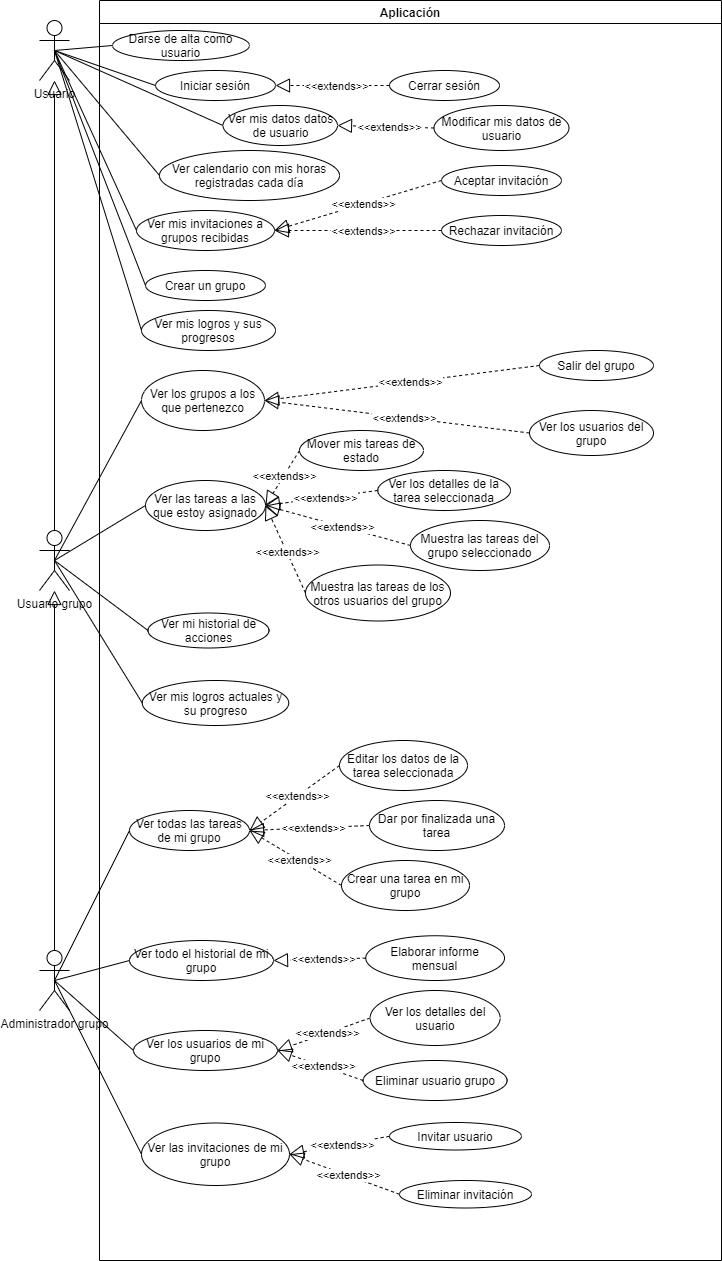
Above: entregables/useCases/usesCases.png in jojube95/piset (draw.io), before the change. Source tidied: cells renumbered, new cells last; positions are measured from the earlier drawing's top-left corner, leaving out a move shared by most shapes.
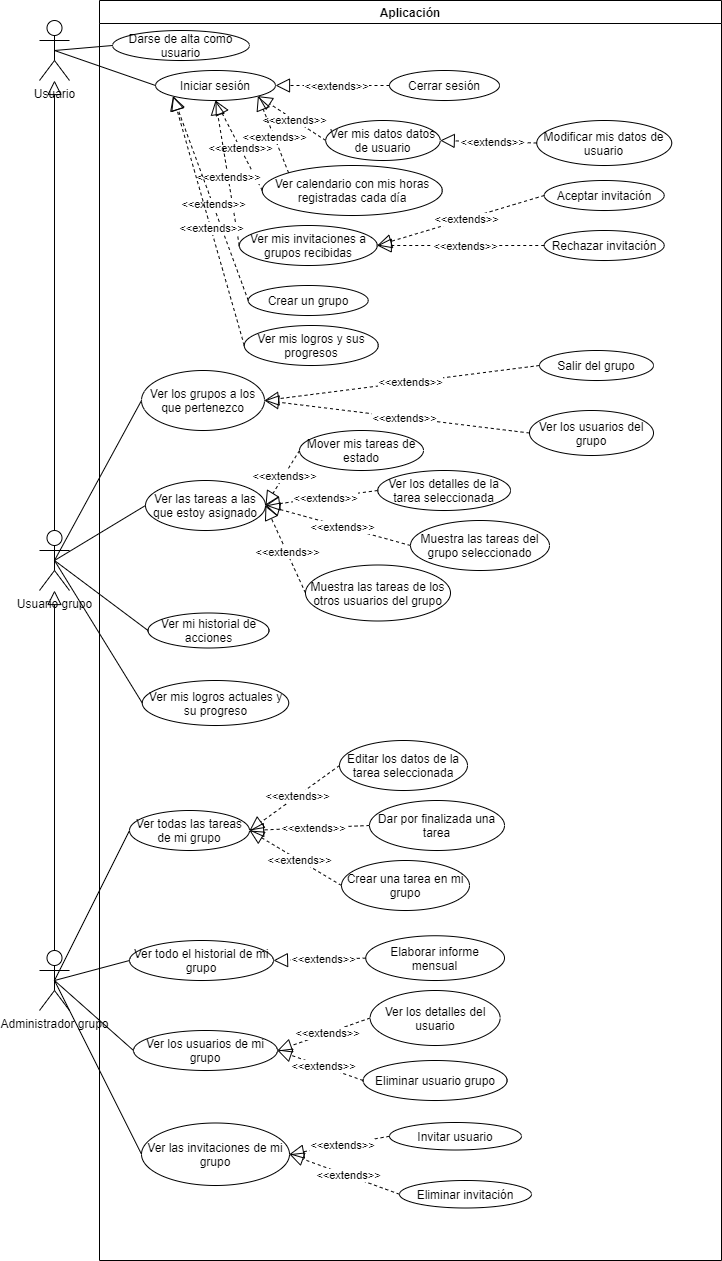
Above is the later version.

Diff of the diagram source:
```diff
@@ -21,25 +21,25 @@
       <mxGeometry x="290" y="70" width="110" height="30" as="geometry" />
     </mxCell>
     <mxCell id="8" value="Ver mis datos datos de usuario" style="ellipse;whiteSpace=wrap;html=1;" parent="5" vertex="1">
-      <mxGeometry x="123.5" y="105" width="114.5" height="40" as="geometry" />
+      <mxGeometry x="226.2" y="120" width="114.5" height="40" as="geometry" />
     </mxCell>
     <mxCell id="9" value="Modificar mis datos de usuario" style="ellipse;whiteSpace=wrap;html=1;" parent="5" vertex="1">
-      <mxGeometry x="334.5" y="105" width="135" height="45" as="geometry" />
+      <mxGeometry x="437.2" y="120" width="135" height="45" as="geometry" />
     </mxCell>
     <mxCell id="10" value="Aceptar invitación" style="ellipse;whiteSpace=wrap;html=1;" parent="5" vertex="1">
-      <mxGeometry x="342" y="165" width="120" height="30" as="geometry" />
+      <mxGeometry x="444.8" y="180" width="120" height="30" as="geometry" />
     </mxCell>
     <mxCell id="11" value="Rechazar invitación" style="ellipse;whiteSpace=wrap;html=1;" parent="5" vertex="1">
-      <mxGeometry x="342" y="215" width="120" height="30" as="geometry" />
+      <mxGeometry x="444.8" y="230" width="120" height="30" as="geometry" />
     </mxCell>
     <mxCell id="12" value="Crear un grupo" style="ellipse;whiteSpace=wrap;html=1;" parent="5" vertex="1">
-      <mxGeometry x="46" y="270" width="120" height="30" as="geometry" />
+      <mxGeometry x="148.8" y="285" width="120" height="30" as="geometry" />
     </mxCell>
     <mxCell id="13" value="Ver calendario con mis horas registradas cada día" style="ellipse;whiteSpace=wrap;html=1;" parent="5" vertex="1">
-      <mxGeometry x="60" y="150" width="180" height="50" as="geometry" />
+      <mxGeometry x="162.8" y="165" width="180" height="50" as="geometry" />
     </mxCell>
     <mxCell id="14" value="Ver mis invitaciones a grupos recibidas" style="ellipse;whiteSpace=wrap;html=1;" parent="5" vertex="1">
-      <mxGeometry x="37" y="210" width="138" height="40" as="geometry" />
+      <mxGeometry x="139.8" y="225" width="138" height="40" as="geometry" />
     </mxCell>
     <mxCell id="15" style="edgeStyle=orthogonalEdgeStyle;rounded=0;orthogonalLoop=1;jettySize=auto;html=1;exitX=0.5;exitY=1;exitDx=0;exitDy=0;" parent="5" edge="1" source="10" target="10">
       <mxGeometry relative="1" as="geometry" />
@@ -72,7 +72,7 @@
       <mxGeometry x="42.8" y="680" width="146.5" height="45" as="geometry" />
     </mxCell>
     <mxCell id="25" value="Ver mis logros y sus progresos" style="ellipse;whiteSpace=wrap;html=1;" parent="5" vertex="1">
-      <mxGeometry x="42" y="310" width="134" height="40" as="geometry" />
+      <mxGeometry x="144.8" y="325" width="134" height="40" as="geometry" />
     </mxCell>
     <mxCell id="26" value="Editar los datos de la tarea seleccionada" style="ellipse;whiteSpace=wrap;html=1;" parent="5" vertex="1">
       <mxGeometry x="240" y="740" width="128" height="50" as="geometry" />
@@ -224,26 +224,48 @@
     <mxCell id="75" value="&amp;lt;&amp;lt;extends&amp;gt;&amp;gt;" style="edgeLabel;html=1;align=center;verticalAlign=middle;" parent="74" vertex="1">
       <mxGeometry x="-0.06" relative="1" as="geometry" />
     </mxCell>
+    <mxCell id="93" style="endArrow=block;dashed=1;endFill=0;endSize=12;html=1;exitX=0;exitY=0.5;exitDx=0;exitDy=0;entryX=1;entryY=1;entryDx=0;entryDy=0;" parent="5" edge="1" source="8" target="16">
+      <mxGeometry relative="1" as="geometry" />
+    </mxCell>
+    <mxCell id="94" value="&amp;lt;&amp;lt;extends&amp;gt;&amp;gt;" style="edgeLabel;html=1;align=center;verticalAlign=middle;" parent="93" vertex="1">
+      <mxGeometry x="-0.06" relative="1" as="geometry" />
+    </mxCell>
+    <mxCell id="95" style="endArrow=block;dashed=1;endFill=0;endSize=12;html=1;exitX=0;exitY=0;exitDx=0;exitDy=0;entryX=1;entryY=1;entryDx=0;entryDy=0;" parent="5" edge="1" source="13" target="16">
+      <mxGeometry relative="1" as="geometry" />
+    </mxCell>
+    <mxCell id="96" value="&amp;lt;&amp;lt;extends&amp;gt;&amp;gt;" style="edgeLabel;html=1;align=center;verticalAlign=middle;" parent="95" vertex="1">
+      <mxGeometry x="-0.06" relative="1" as="geometry" />
+    </mxCell>
+    <mxCell id="97" style="endArrow=block;dashed=1;endFill=0;endSize=12;html=1;exitX=0;exitY=0.5;exitDx=0;exitDy=0;entryX=0.5;entryY=1;entryDx=0;entryDy=0;" parent="5" edge="1" source="13" target="16">
+      <mxGeometry relative="1" as="geometry" />
+    </mxCell>
+    <mxCell id="98" value="&amp;lt;&amp;lt;extends&amp;gt;&amp;gt;" style="edgeLabel;html=1;align=center;verticalAlign=middle;" parent="97" vertex="1">
+      <mxGeometry x="-0.06" relative="1" as="geometry" />
+    </mxCell>
+    <mxCell id="99" style="endArrow=block;dashed=1;endFill=0;endSize=12;html=1;exitX=0;exitY=0.5;exitDx=0;exitDy=0;entryX=0.5;entryY=1;entryDx=0;entryDy=0;" parent="5" edge="1" source="14" target="16">
+      <mxGeometry relative="1" as="geometry" />
+    </mxCell>
+    <mxCell id="100" value="&amp;lt;&amp;lt;extends&amp;gt;&amp;gt;" style="edgeLabel;html=1;align=center;verticalAlign=middle;" parent="99" vertex="1">
+      <mxGeometry x="-0.06" relative="1" as="geometry" />
+    </mxCell>
+    <mxCell id="101" style="endArrow=block;dashed=1;endFill=0;endSize=12;html=1;exitX=0;exitY=0.5;exitDx=0;exitDy=0;entryX=0;entryY=1;entryDx=0;entryDy=0;" parent="5" edge="1" source="12" target="16">
+      <mxGeometry relative="1" as="geometry" />
+    </mxCell>
+    <mxCell id="102" value="&amp;lt;&amp;lt;extends&amp;gt;&amp;gt;" style="edgeLabel;html=1;align=center;verticalAlign=middle;" parent="101" vertex="1">
+      <mxGeometry x="-0.06" relative="1" as="geometry" />
+    </mxCell>
+    <mxCell id="103" style="endArrow=block;dashed=1;endFill=0;endSize=12;html=1;exitX=0;exitY=0.5;exitDx=0;exitDy=0;entryX=0;entryY=1;entryDx=0;entryDy=0;" parent="5" edge="1" source="25" target="16">
+      <mxGeometry relative="1" as="geometry" />
+    </mxCell>
+    <mxCell id="104" value="&amp;lt;&amp;lt;extends&amp;gt;&amp;gt;" style="edgeLabel;html=1;align=center;verticalAlign=middle;" parent="103" vertex="1">
+      <mxGeometry x="-0.06" relative="1" as="geometry" />
+    </mxCell>
     <mxCell id="76" style="endArrow=none;html=1;entryX=0;entryY=0.5;entryDx=0;entryDy=0;exitX=0.5;exitY=0.5;exitDx=0;exitDy=0;exitPerimeter=0;" parent="1" edge="1" source="2" target="6">
       <mxGeometry relative="1" as="geometry" />
     </mxCell>
     <mxCell id="77" style="endArrow=none;html=1;entryX=0;entryY=0.5;entryDx=0;entryDy=0;exitX=0.5;exitY=0.5;exitDx=0;exitDy=0;exitPerimeter=0;" parent="1" edge="1" source="2" target="16">
       <mxGeometry relative="1" as="geometry" />
     </mxCell>
-    <mxCell id="78" style="endArrow=none;html=1;entryX=0;entryY=0.5;entryDx=0;entryDy=0;exitX=0.5;exitY=0.5;exitDx=0;exitDy=0;exitPerimeter=0;" parent="1" edge="1" source="2" target="8">
-      <mxGeometry relative="1" as="geometry" />
-    </mxCell>
-    <mxCell id="79" style="endArrow=none;html=1;entryX=0;entryY=0.5;entryDx=0;entryDy=0;" parent="1" edge="1" target="14">
-      <mxGeometry relative="1" as="geometry">
-        <mxPoint x="15" y="50" as="sourcePoint" />
-      </mxGeometry>
-    </mxCell>
-    <mxCell id="80" style="endArrow=none;html=1;entryX=0;entryY=0.5;entryDx=0;entryDy=0;exitX=0.5;exitY=0.5;exitDx=0;exitDy=0;exitPerimeter=0;" parent="1" edge="1" source="2" target="12">
-      <mxGeometry relative="1" as="geometry" />
-    </mxCell>
-    <mxCell id="81" style="endArrow=none;html=1;entryX=0;entryY=0.5;entryDx=0;entryDy=0;exitX=0.5;exitY=0.5;exitDx=0;exitDy=0;exitPerimeter=0;" parent="1" edge="1" source="2" target="25">
-      <mxGeometry relative="1" as="geometry" />
-    </mxCell>
     <mxCell id="82" style="endArrow=none;html=1;exitX=0;exitY=0.5;exitDx=0;exitDy=0;entryX=0.5;entryY=0.5;entryDx=0;entryDy=0;entryPerimeter=0;" parent="1" edge="1" source="20" target="3">
       <mxGeometry relative="1" as="geometry" />
     </mxCell>
@@ -271,9 +293,6 @@
     <mxCell id="90" style="endArrow=block;dashed=0;endFill=0;endSize=12;html=1;exitX=0.5;exitY=0;exitDx=0;exitDy=0;exitPerimeter=0;" parent="1" edge="1" source="4" target="3">
       <mxGeometry relative="1" as="geometry" />
     </mxCell>
-    <mxCell id="91" style="endArrow=none;html=1;entryX=0;entryY=0.5;entryDx=0;entryDy=0;exitX=0.5;exitY=0.5;exitDx=0;exitDy=0;exitPerimeter=0;" parent="1" edge="1" source="2" target="13">
-      <mxGeometry relative="1" as="geometry" />
-    </mxCell>
     <mxCell id="92" style="endArrow=none;html=1;exitX=0.5;exitY=0.5;exitDx=0;exitDy=0;exitPerimeter=0;entryX=0;entryY=0.5;entryDx=0;entryDy=0;" parent="1" edge="1" source="4" target="71">
       <mxGeometry relative="1" as="geometry" />
     </mxCell>
```
